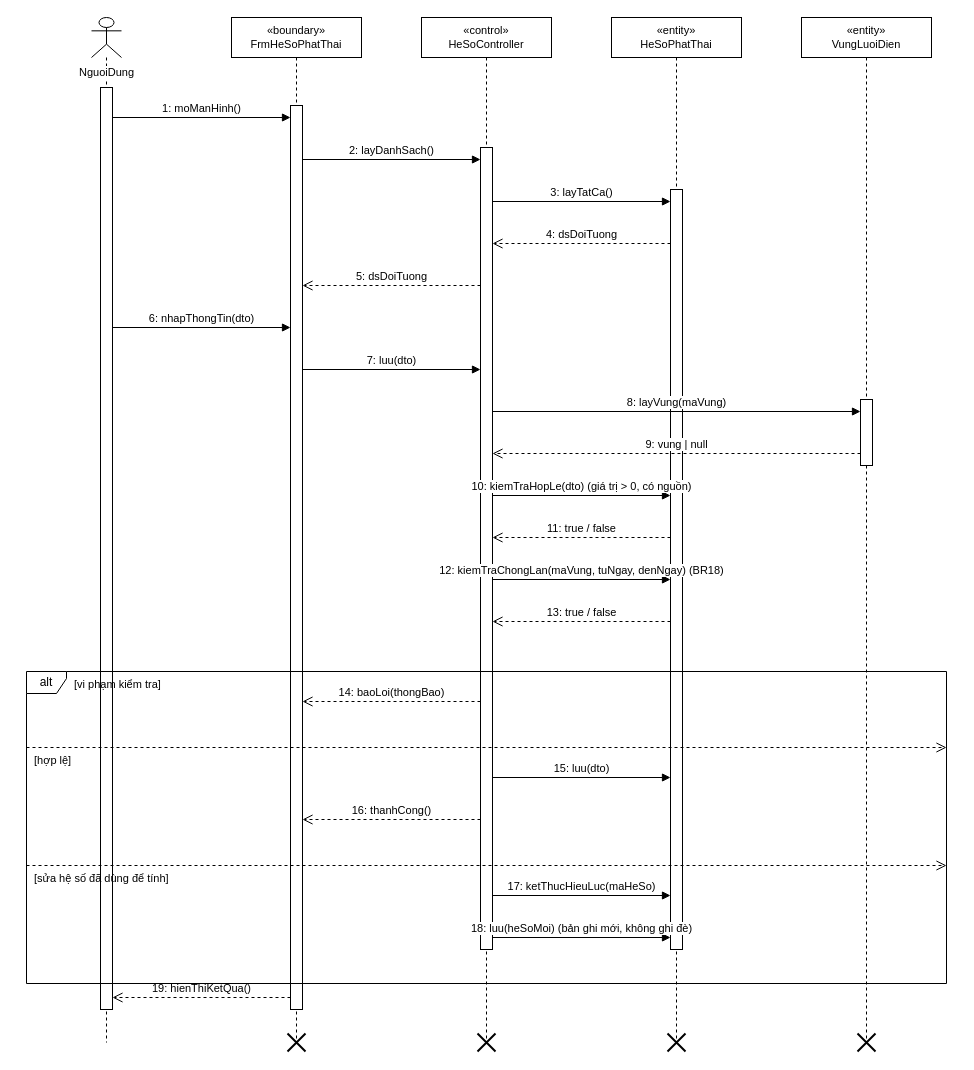
TranThienNhan8279/GreenDash keeps this draw.io diagram as docs/diagrams/03_TuanTu/UC_GD_008_Sequence_QuanLyHeSoPhatThai.drawio. Above is the earlier version. Source tidied: cells renumbered, new cells numbered last; positions are measured from the earlier drawing's top-left corner, leaving out a move shared by most shapes. Both pictures are drawn from the tidied source at 100%, with x=0, y=0 at pixel (26, 17).
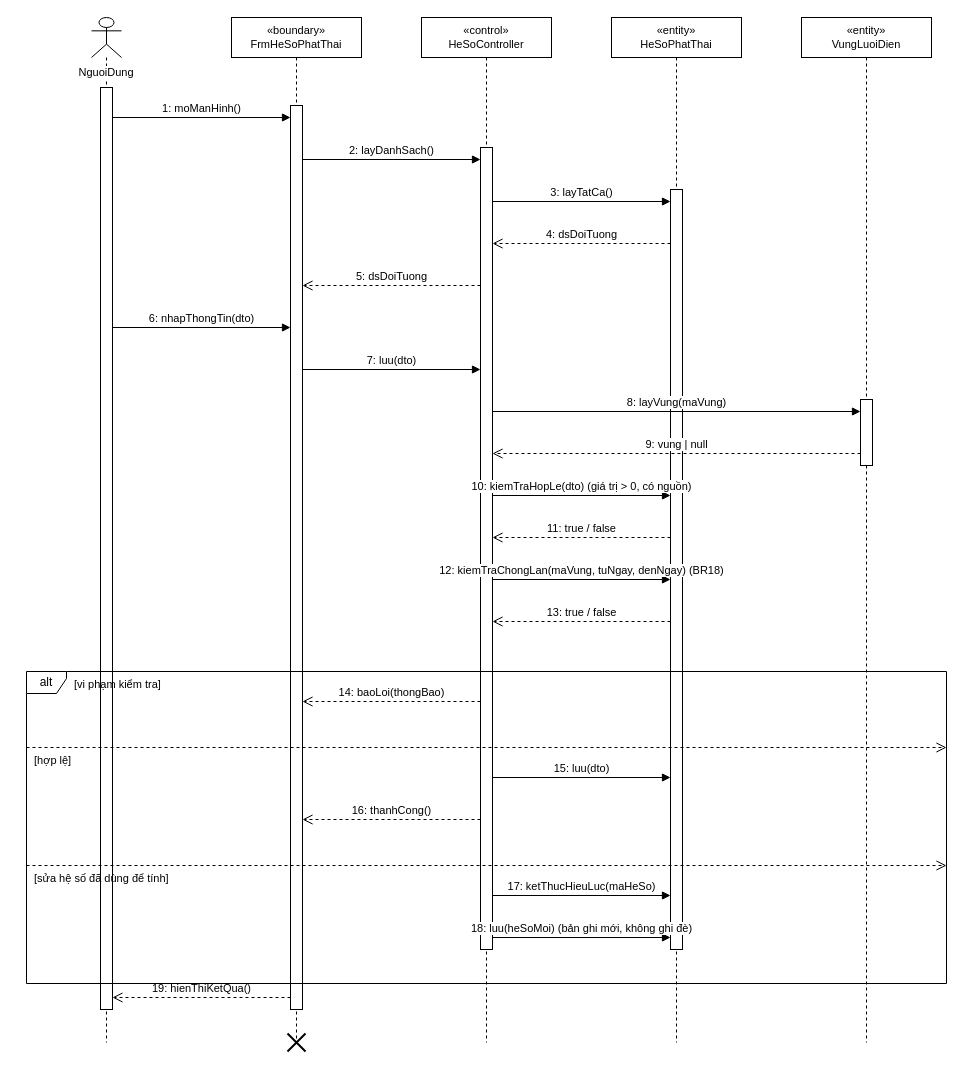
After the change.

Diff of the diagram source:
```diff
@@
-    <mxCell id="2" value="NguoiDung" style="shape=umlLifeline;participant=umlActor;verticalAlign=top;spacingTop=42;labelBackgroundColor=#ffffff;perimeter=lifelinePerimeter;whiteSpace=nowrap;html=1;fontSize=11;" parent="1" vertex="1">
+    <mxCell id="2" value="NguoiDung" style="shape=umlLifeline;participant=umlActor;verticalAlign=top;spacingTop=42;labelBackgroundColor=#ffffff;perimeter=lifelinePerimeter;whiteSpace=wrap;html=1;fontSize=11;" parent="1" vertex="1">
       <mxGeometry x="65" width="30" height="1025" as="geometry" />
     </mxCell>
@@
-    <mxCell id="11" style="shape=umlDestroy;html=1;strokeWidth=2;strokeColor=#000000;" parent="1" vertex="1">
-      <mxGeometry x="451" y="1016" width="18" height="18" as="geometry" />
-    </mxCell>
@@
-    <mxCell id="13" style="shape=umlDestroy;html=1;strokeWidth=2;strokeColor=#000000;" parent="1" vertex="1">
-      <mxGeometry x="641" y="1016" width="18" height="18" as="geometry" />
-    </mxCell>
@@
-    <mxCell id="15" style="shape=umlDestroy;html=1;strokeWidth=2;strokeColor=#000000;" parent="1" vertex="1">
-      <mxGeometry x="831" y="1016" width="18" height="18" as="geometry" />
-    </mxCell>
```
